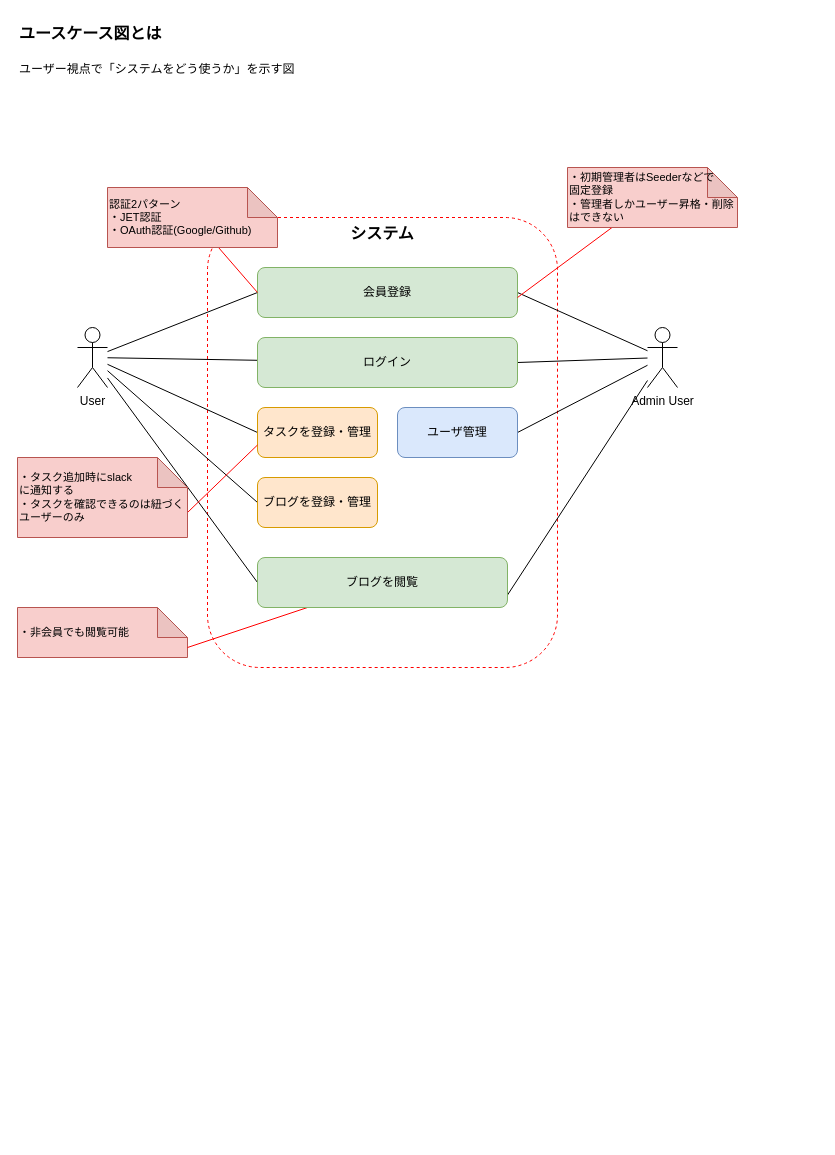
Above: docs/ユースケース図.drawio in nomin-sasabuchi/express-next-rest-api (draw.io), before the change. Source tidied: cells renumbered, new cells numbered last; positions are measured from the earlier drawing's top-left corner, leaving out a move shared by most shapes. Both pictures are drawn from the tidied source at 100%, with x=0, y=0 at pixel (17, 17).
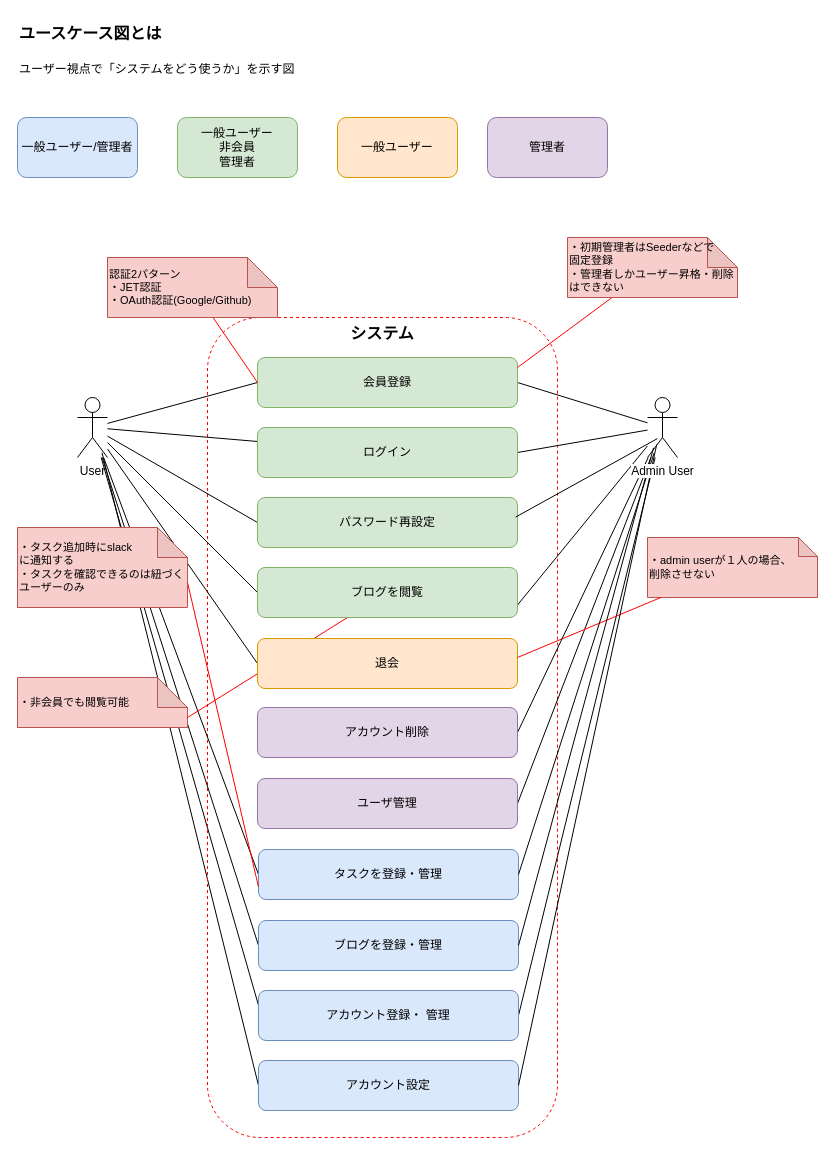
Above is the later version.

What changed in the source:
```diff
@@
+    <mxCell id="29" style="edgeStyle=none;shape=connector;rounded=1;html=1;entryX=0;entryY=0.5;entryDx=0;entryDy=0;strokeColor=default;align=center;verticalAlign=middle;fontFamily=Helvetica;fontSize=11;fontColor=default;labelBackgroundColor=default;endArrow=none;endFill=0;exitX=0.817;exitY=0.919;exitDx=0;exitDy=0;exitPerimeter=0;" parent="1" edge="1" source="8" target="46">
+      <mxGeometry relative="1" as="geometry" />
+    </mxCell>
+    <mxCell id="30" style="edgeStyle=none;shape=connector;rounded=1;html=1;entryX=1;entryY=0.5;entryDx=0;entryDy=0;strokeColor=default;align=center;verticalAlign=middle;fontFamily=Helvetica;fontSize=11;fontColor=default;labelBackgroundColor=default;endArrow=none;endFill=0;" parent="1" edge="1" source="13" target="45">
+      <mxGeometry relative="1" as="geometry" />
+    </mxCell>
+    <mxCell id="31" style="edgeStyle=none;shape=connector;rounded=1;html=1;entryX=0.005;entryY=0.387;entryDx=0;entryDy=0;strokeColor=default;align=center;verticalAlign=middle;fontFamily=Helvetica;fontSize=11;fontColor=default;labelBackgroundColor=default;endArrow=none;endFill=0;entryPerimeter=0;" parent="1" edge="1" source="8" target="45">
+      <mxGeometry relative="1" as="geometry" />
+    </mxCell>
     <mxCell id="2" value="&lt;span style=&quot;color: rgb(0, 0, 0); font-weight: 700; text-wrap-mode: nowrap;&quot;&gt;システム&lt;/span&gt;" style="rounded=1;whiteSpace=wrap;html=1;fillColor=none;dashed=1;fontColor=#FF0000;strokeColor=#FF0000;verticalAlign=top;fontSize=16;" parent="1" vertex="1">
-      <mxGeometry x="190" y="200" width="350" height="450" as="geometry" />
+      <mxGeometry x="190" y="300" width="350" height="820" as="geometry" />
     </mxCell>
@@
-    <mxCell id="8" value="User" style="shape=umlActor;verticalLabelPosition=bottom;verticalAlign=top;html=1;" parent="1" vertex="1">
-      <mxGeometry x="60" y="310" width="30" height="60" as="geometry" />
-    </mxCell>
+    <mxCell id="32" style="edgeStyle=none;shape=connector;rounded=1;html=1;entryX=0;entryY=0.5;entryDx=0;entryDy=0;strokeColor=default;align=center;verticalAlign=middle;fontFamily=Helvetica;fontSize=11;fontColor=default;labelBackgroundColor=default;endArrow=none;endFill=0;" parent="1" edge="1" source="8" target="38">
+      <mxGeometry relative="1" as="geometry" />
+    </mxCell>
@@
-    <mxCell id="13" value="Admin User" style="shape=umlActor;verticalLabelPosition=bottom;verticalAlign=top;html=1;" parent="1" vertex="1">
-      <mxGeometry x="630" y="310" width="30" height="60" as="geometry" />
-    </mxCell>
     <mxCell id="14" value="会員登録" style="rounded=1;whiteSpace=wrap;html=1;fillColor=#d5e8d4;strokeColor=#82b366;" parent="1" vertex="1">
-      <mxGeometry x="240" y="250" width="260" height="50" as="geometry" />
+      <mxGeometry x="240" y="340" width="260" height="50" as="geometry" />
     </mxCell>
@@
-    <mxCell id="16" value="タスクを登録・管理" style="rounded=1;whiteSpace=wrap;html=1;fillColor=#ffe6cc;strokeColor=#d79b00;" parent="1" vertex="1">
-      <mxGeometry x="240" y="390" width="120" height="50" as="geometry" />
+    <mxCell id="16" value="タスクを登録・管理" style="rounded=1;whiteSpace=wrap;html=1;fillColor=#dae8fc;strokeColor=#6c8ebf;" parent="1" vertex="1">
+      <mxGeometry x="241" y="832" width="260" height="50" as="geometry" />
     </mxCell>
-    <mxCell id="17" value="ブログを登録・管理" style="rounded=1;whiteSpace=wrap;html=1;fillColor=#ffe6cc;strokeColor=#d79b00;" parent="1" vertex="1">
-      <mxGeometry x="240" y="460" width="120" height="50" as="geometry" />
+    <mxCell id="17" value="ブログを登録・管理" style="rounded=1;whiteSpace=wrap;html=1;fillColor=#dae8fc;strokeColor=#6c8ebf;" parent="1" vertex="1">
+      <mxGeometry x="241" y="903" width="260" height="50" as="geometry" />
     </mxCell>
-    <mxCell id="18" value="ユーザ管理" style="rounded=1;whiteSpace=wrap;html=1;fillColor=#dae8fc;strokeColor=#6c8ebf;" parent="1" vertex="1">
-      <mxGeometry x="380" y="390" width="120" height="50" as="geometry" />
+    <mxCell id="18" value="ユーザ管理" style="rounded=1;whiteSpace=wrap;html=1;fillColor=#e1d5e7;strokeColor=#9673a6;" parent="1" vertex="1">
+      <mxGeometry x="240" y="761" width="260" height="50" as="geometry" />
     </mxCell>
@@
     <mxCell id="20" value="・タスク追加時にslack&lt;br&gt;に通知する&lt;br&gt;・タスクを確認できるのは紐づくユーザーのみ" style="shape=note;whiteSpace=wrap;html=1;backgroundOutline=1;darkOpacity=0.05;fontFamily=Helvetica;fontSize=11;labelBackgroundColor=none;fillColor=#f8cecc;strokeColor=#b85450;align=left;" parent="1" vertex="1">
-      <mxGeometry y="440" width="170" height="80" as="geometry" />
+      <mxGeometry y="510" width="170" height="80" as="geometry" />
     </mxCell>
@@
     <mxCell id="22" value="認証2パターン&lt;br&gt;・JET認証&lt;br&gt;・OAuth認証(Google/Github)" style="shape=note;whiteSpace=wrap;html=1;backgroundOutline=1;darkOpacity=0.05;fontFamily=Helvetica;fontSize=11;labelBackgroundColor=none;fillColor=#f8cecc;strokeColor=#b85450;align=left;" parent="1" vertex="1">
-      <mxGeometry x="90" y="170" width="170" height="60" as="geometry" />
+      <mxGeometry x="90" y="240" width="170" height="60" as="geometry" />
     </mxCell>
     <mxCell id="23" value="ログイン" style="rounded=1;whiteSpace=wrap;html=1;fillColor=#d5e8d4;strokeColor=#82b366;" parent="1" vertex="1">
-      <mxGeometry x="240" y="320" width="260" height="50" as="geometry" />
+      <mxGeometry x="240" y="410" width="260" height="50" as="geometry" />
     </mxCell>
     <mxCell id="24" value="・非会員でも閲覧可能" style="shape=note;whiteSpace=wrap;html=1;backgroundOutline=1;darkOpacity=0.05;fontFamily=Helvetica;fontSize=11;labelBackgroundColor=none;fillColor=#f8cecc;strokeColor=#b85450;align=left;" parent="1" vertex="1">
-      <mxGeometry y="590" width="170" height="50" as="geometry" />
+      <mxGeometry y="660" width="170" height="50" as="geometry" />
     </mxCell>
@@
     <mxCell id="26" value="ブログを閲覧" style="rounded=1;whiteSpace=wrap;html=1;fillColor=#d5e8d4;strokeColor=#82b366;" parent="1" vertex="1">
-      <mxGeometry x="240" y="540" width="250" height="50" as="geometry" />
+      <mxGeometry x="240" y="550" width="260" height="50" as="geometry" />
     </mxCell>
     <mxCell id="27" style="edgeStyle=none;html=1;endArrow=none;endFill=0;strokeColor=#FF0000;" parent="1" edge="1" source="28">
       <mxGeometry relative="1" as="geometry">
-        <mxPoint x="500" y="280" as="targetPoint" />
+        <mxPoint x="500" y="350" as="targetPoint" />
       </mxGeometry>
     </mxCell>
     <mxCell id="28" value="&lt;span style=&quot;background-color: transparent;&quot;&gt;&lt;font color=&quot;#000000&quot;&gt;・&lt;/font&gt;初期管理者はSeederなどで&lt;/span&gt;&lt;div&gt;固定登録&lt;br&gt;・&lt;span style=&quot;background-color: transparent;&quot;&gt;管理者しかユーザー昇格・削除はできない&lt;/span&gt;&lt;/div&gt;" style="shape=note;whiteSpace=wrap;html=1;backgroundOutline=1;darkOpacity=0.05;fontFamily=Helvetica;fontSize=11;labelBackgroundColor=none;fillColor=#f8cecc;strokeColor=#b85450;align=left;" parent="1" vertex="1">
-      <mxGeometry x="550" y="150" width="170" height="60" as="geometry" />
+      <mxGeometry x="550" y="220" width="170" height="60" as="geometry" />
     </mxCell>
+    <mxCell id="33" value="一般ユーザー/管理者" style="rounded=1;whiteSpace=wrap;html=1;fillColor=#dae8fc;strokeColor=#6c8ebf;" parent="1" vertex="1">
+      <mxGeometry y="100" width="120" height="60" as="geometry" />
+    </mxCell>
+    <mxCell id="34" value="一般ユーザー&lt;br&gt;非会員&lt;br&gt;管理者" style="rounded=1;whiteSpace=wrap;html=1;fillColor=#d5e8d4;strokeColor=#82b366;" parent="1" vertex="1">
+      <mxGeometry x="160" y="100" width="120" height="60" as="geometry" />
+    </mxCell>
+    <mxCell id="35" value="一般ユーザー" style="rounded=1;whiteSpace=wrap;html=1;fillColor=#ffe6cc;strokeColor=#d79b00;" parent="1" vertex="1">
+      <mxGeometry x="320" y="100" width="120" height="60" as="geometry" />
+    </mxCell>
+    <mxCell id="36" style="edgeStyle=none;shape=connector;rounded=1;html=1;strokeColor=default;align=center;verticalAlign=middle;fontFamily=Helvetica;fontSize=11;fontColor=default;labelBackgroundColor=default;endArrow=none;endFill=0;exitX=0;exitY=0.5;exitDx=0;exitDy=0;" parent="1" edge="1" source="37" target="8">
+      <mxGeometry relative="1" as="geometry" />
+    </mxCell>
+    <mxCell id="37" value="パスワード再設定" style="rounded=1;whiteSpace=wrap;html=1;fillColor=#d5e8d4;strokeColor=#82b366;" parent="1" vertex="1">
+      <mxGeometry x="240" y="480" width="260" height="50" as="geometry" />
+    </mxCell>
+    <mxCell id="38" value="退会" style="rounded=1;whiteSpace=wrap;html=1;fillColor=#ffe6cc;strokeColor=#d79b00;" parent="1" vertex="1">
+      <mxGeometry x="240" y="621" width="260" height="50" as="geometry" />
+    </mxCell>
+    <mxCell id="39" style="edgeStyle=none;html=1;entryX=0.327;entryY=0.686;entryDx=0;entryDy=0;entryPerimeter=0;endArrow=none;endFill=0;exitX=0.993;exitY=0.391;exitDx=0;exitDy=0;exitPerimeter=0;" parent="1" edge="1" source="37" target="13">
+      <mxGeometry relative="1" as="geometry" />
+    </mxCell>
+    <mxCell id="40" value="&lt;span style=&quot;background-color: transparent;&quot;&gt;&lt;font color=&quot;#000000&quot;&gt;・admin userが１人の場合、&lt;br&gt;削除させない&lt;/font&gt;&lt;/span&gt;" style="shape=note;whiteSpace=wrap;html=1;backgroundOutline=1;darkOpacity=0.05;fontFamily=Helvetica;fontSize=11;labelBackgroundColor=none;fillColor=#f8cecc;strokeColor=#b85450;align=left;size=19;" parent="1" vertex="1">
+      <mxGeometry x="630" y="520" width="170" height="60" as="geometry" />
+    </mxCell>
+    <mxCell id="41" style="edgeStyle=none;html=1;endArrow=none;endFill=0;strokeColor=#FF0000;" parent="1" edge="1" source="40">
+      <mxGeometry relative="1" as="geometry">
+        <mxPoint x="500" y="640" as="targetPoint" />
+      </mxGeometry>
+    </mxCell>
+    <mxCell id="42" style="edgeStyle=none;shape=connector;rounded=1;html=1;strokeColor=default;align=center;verticalAlign=middle;fontFamily=Helvetica;fontSize=11;fontColor=default;labelBackgroundColor=default;endArrow=none;endFill=0;exitX=1;exitY=0.5;exitDx=0;exitDy=0;" parent="1" edge="1" source="43" target="13">
+      <mxGeometry relative="1" as="geometry" />
+    </mxCell>
+    <mxCell id="43" value="アカウント削除" style="rounded=1;whiteSpace=wrap;html=1;fillColor=#e1d5e7;strokeColor=#9673a6;" parent="1" vertex="1">
+      <mxGeometry x="240" y="690" width="260" height="50" as="geometry" />
+    </mxCell>
+    <mxCell id="44" value="管理者" style="rounded=1;whiteSpace=wrap;html=1;fillColor=#e1d5e7;strokeColor=#9673a6;" parent="1" vertex="1">
+      <mxGeometry x="470" y="100" width="120" height="60" as="geometry" />
+    </mxCell>
+    <mxCell id="45" value="アカウント登録・ 管理" style="rounded=1;whiteSpace=wrap;html=1;fillColor=#dae8fc;strokeColor=#6c8ebf;" parent="1" vertex="1">
+      <mxGeometry x="241" y="973" width="260" height="50" as="geometry" />
+    </mxCell>
+    <mxCell id="46" value="アカウント設定" style="rounded=1;whiteSpace=wrap;html=1;fillColor=#dae8fc;strokeColor=#6c8ebf;" parent="1" vertex="1">
+      <mxGeometry x="241" y="1043" width="260" height="50" as="geometry" />
+    </mxCell>
+    <mxCell id="47" style="edgeStyle=none;shape=connector;rounded=1;html=1;entryX=1;entryY=0.5;entryDx=0;entryDy=0;strokeColor=default;align=center;verticalAlign=middle;fontFamily=Helvetica;fontSize=11;fontColor=default;labelBackgroundColor=default;endArrow=none;endFill=0;exitX=0.222;exitY=0.924;exitDx=0;exitDy=0;exitPerimeter=0;" parent="1" edge="1" source="13" target="16">
+      <mxGeometry relative="1" as="geometry" />
+    </mxCell>
+    <mxCell id="48" style="edgeStyle=none;shape=connector;rounded=1;html=1;entryX=1;entryY=0.5;entryDx=0;entryDy=0;strokeColor=default;align=center;verticalAlign=middle;fontFamily=Helvetica;fontSize=11;fontColor=default;labelBackgroundColor=default;endArrow=none;endFill=0;exitX=0.2;exitY=0.84;exitDx=0;exitDy=0;exitPerimeter=0;" parent="1" edge="1" source="13" target="17">
+      <mxGeometry relative="1" as="geometry" />
+    </mxCell>
+    <mxCell id="49" style="edgeStyle=none;shape=connector;rounded=1;html=1;entryX=1;entryY=0.5;entryDx=0;entryDy=0;strokeColor=default;align=center;verticalAlign=middle;fontFamily=Helvetica;fontSize=11;fontColor=default;labelBackgroundColor=default;endArrow=none;endFill=0;exitX=0.308;exitY=0.78;exitDx=0;exitDy=0;exitPerimeter=0;" parent="1" edge="1" source="13" target="46">
+      <mxGeometry relative="1" as="geometry" />
+    </mxCell>
+    <mxCell id="13" value="&lt;span style=&quot;background-color: light-dark(#ffffff, var(--ge-dark-color, #121212));&quot;&gt;Admin User&lt;/span&gt;" style="shape=umlActor;verticalLabelPosition=bottom;verticalAlign=top;html=1;" parent="1" vertex="1">
+      <mxGeometry x="630" y="380" width="30" height="60" as="geometry" />
+    </mxCell>
+    <mxCell id="8" value="User" style="shape=umlActor;verticalLabelPosition=bottom;verticalAlign=top;html=1;" parent="1" vertex="1">
+      <mxGeometry x="60" y="380" width="30" height="60" as="geometry" />
+    </mxCell>
```
